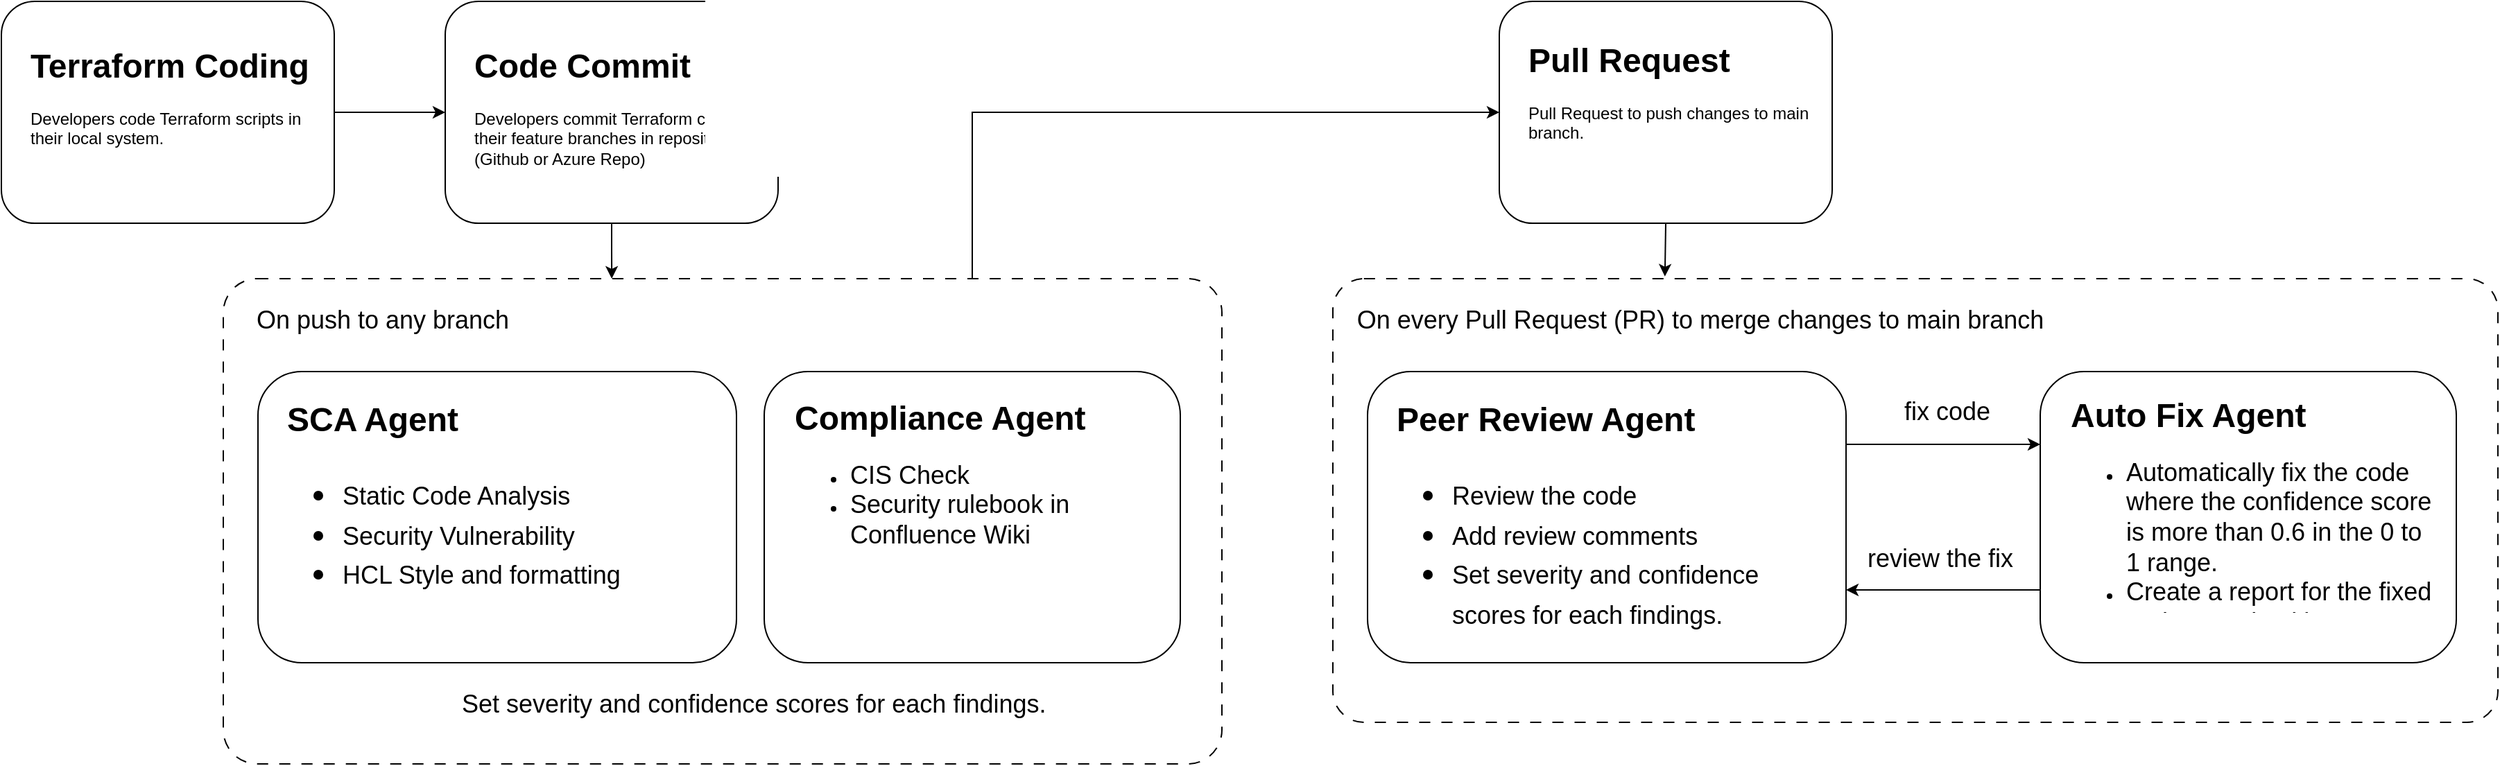
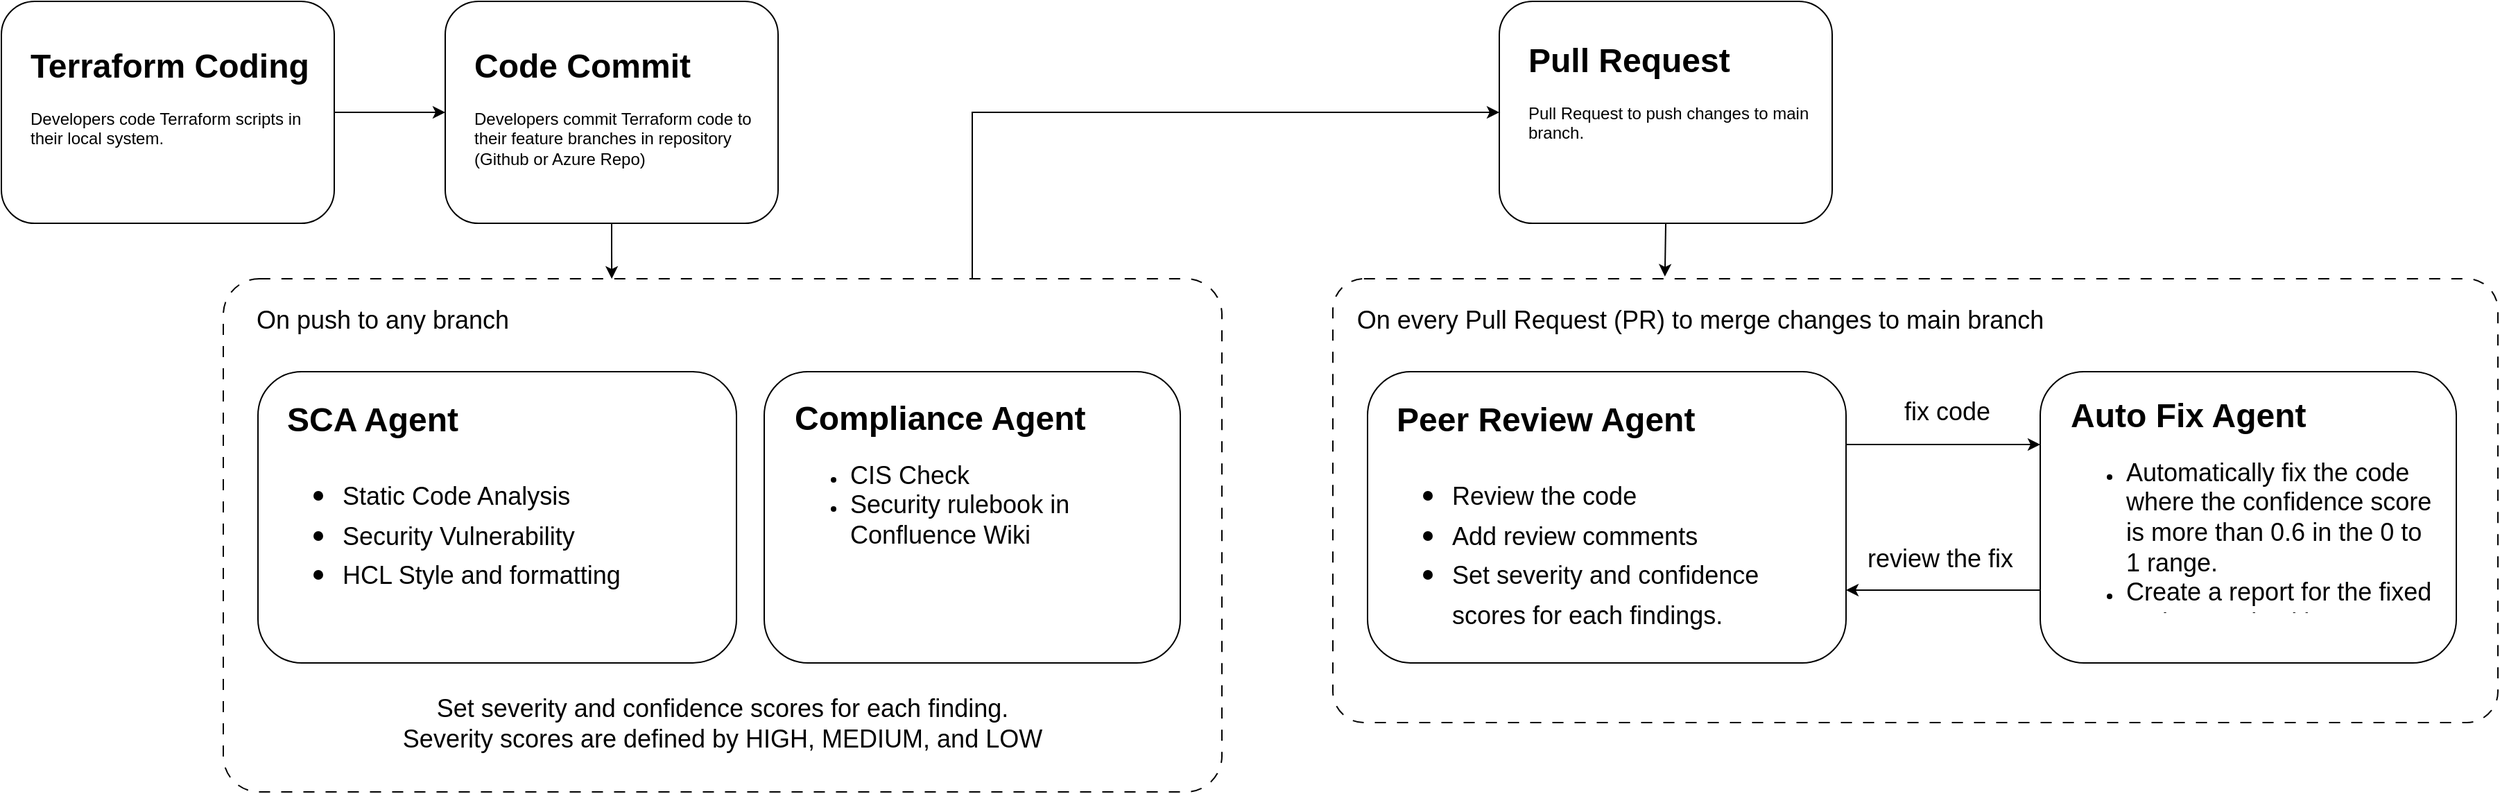
<mxfile host="app.diagrams.net">
  <diagram name="Page-1" id="llQ14HlxIDWXj9B5HY60">
    <mxGraphModel dx="1006" dy="638" grid="1" gridSize="10" guides="1" tooltips="1" connect="1" arrows="1" fold="1" page="1" pageScale="1" pageWidth="850" pageHeight="1100" math="0" shadow="0">
      <root>
        <mxCell id="0" />
        <mxCell id="1" parent="0" />
        <mxCell id="IWc9zJM8tDhvkjJ2dRjy-13" edge="1" parent="1" source="IWc9zJM8tDhvkjJ2dRjy-5" style="edgeStyle=orthogonalEdgeStyle;rounded=0;orthogonalLoop=1;jettySize=auto;html=1;entryX=0;entryY=0.5;entryDx=0;entryDy=0;exitX=0.75;exitY=0;exitDx=0;exitDy=0;" target="IWc9zJM8tDhvkjJ2dRjy-1">
          <mxGeometry relative="1" as="geometry" />
        </mxCell>
        <mxCell id="oJW8UGhNAXkty13G2p3x-1" parent="1" style="rounded=1;whiteSpace=wrap;html=1;" value="" vertex="1">
          <mxGeometry height="160" width="240" x="440" y="200" as="geometry" />
        </mxCell>
        <mxCell id="oJW8UGhNAXkty13G2p3x-3" parent="1" style="text;html=1;whiteSpace=wrap;overflow=hidden;rounded=0;" value="&lt;h1 style=&quot;margin-top: 0px;&quot;&gt;Code Commit&lt;/h1&gt;&lt;p&gt;Developers commit Terraform code to their feature branches in repository (Github or Azure Repo)&lt;/p&gt;" vertex="1">
          <mxGeometry height="100" width="210" x="459" y="226" as="geometry" />
        </mxCell>
        <mxCell id="IWc9zJM8tDhvkjJ2dRjy-1" parent="1" style="rounded=1;whiteSpace=wrap;html=1;" value="" vertex="1">
          <mxGeometry height="160" width="240" x="1200" y="200" as="geometry" />
        </mxCell>
        <mxCell id="IWc9zJM8tDhvkjJ2dRjy-2" parent="1" style="text;html=1;whiteSpace=wrap;overflow=hidden;rounded=0;" value="&lt;h1 style=&quot;margin-top: 0px;&quot;&gt;Pull Request&lt;/h1&gt;&lt;p&gt;Pull Request to push changes to main branch.&lt;/p&gt;" vertex="1">
          <mxGeometry height="100" width="210" x="1219" y="222" as="geometry" />
        </mxCell>
        <mxCell id="IWc9zJM8tDhvkjJ2dRjy-12" edge="1" parent="1" source="IWc9zJM8tDhvkjJ2dRjy-3" style="edgeStyle=orthogonalEdgeStyle;rounded=0;orthogonalLoop=1;jettySize=auto;html=1;exitX=1;exitY=0.5;exitDx=0;exitDy=0;entryX=0;entryY=0.5;entryDx=0;entryDy=0;" target="oJW8UGhNAXkty13G2p3x-1">
          <mxGeometry relative="1" as="geometry" />
        </mxCell>
        <mxCell id="IWc9zJM8tDhvkjJ2dRjy-3" parent="1" style="rounded=1;whiteSpace=wrap;html=1;" value="" vertex="1">
          <mxGeometry height="160" width="240" x="120" y="200" as="geometry" />
        </mxCell>
        <mxCell id="IWc9zJM8tDhvkjJ2dRjy-4" parent="1" style="text;html=1;whiteSpace=wrap;overflow=hidden;rounded=0;" value="&lt;h1 style=&quot;margin-top: 0px;&quot;&gt;Terraform Coding&lt;/h1&gt;&lt;p&gt;Developers code Terraform scripts in their local system.&lt;/p&gt;" vertex="1">
          <mxGeometry height="100" width="210" x="139" y="226" as="geometry" />
        </mxCell>
        <mxCell id="IWc9zJM8tDhvkjJ2dRjy-5" parent="1" style="rounded=1;whiteSpace=wrap;html=1;arcSize=7;dashed=1;dashPattern=8 8;" value="" vertex="1">
-           <mxGeometry height="350" width="720" x="280" y="400" as="geometry" />
+           <mxGeometry height="370" width="720" x="280" y="400" as="geometry" />
        </mxCell>
        <mxCell id="IWc9zJM8tDhvkjJ2dRjy-6" parent="1" style="text;html=1;whiteSpace=wrap;strokeColor=none;fillColor=none;align=center;verticalAlign=middle;rounded=0;" value="&lt;font style=&quot;font-size: 18px;&quot;&gt;On push to any branch&lt;/font&gt;" vertex="1">
          <mxGeometry height="30" width="210" x="290" y="415" as="geometry" />
        </mxCell>
        <mxCell id="IWc9zJM8tDhvkjJ2dRjy-7" parent="1" style="rounded=1;whiteSpace=wrap;html=1;" value="" vertex="1">
          <mxGeometry height="210" width="345" x="305" y="467" as="geometry" />
        </mxCell>
        <mxCell id="IWc9zJM8tDhvkjJ2dRjy-8" parent="1" style="text;html=1;whiteSpace=wrap;overflow=hidden;rounded=0;" value="&lt;h1 style=&quot;margin-top: 0px;&quot;&gt;SCA Agent&lt;/h1&gt;&lt;h1 style=&quot;margin-top: 0px;&quot;&gt;&lt;p style=&quot;font-size: 12px; font-weight: 400;&quot;&gt;&lt;/p&gt;&lt;ul&gt;&lt;li&gt;&lt;span style=&quot;font-size: 18px; font-weight: normal;&quot;&gt;Static Code Analysis&lt;/span&gt;&lt;/li&gt;&lt;li&gt;&lt;span style=&quot;font-size: 18px; font-weight: normal;&quot;&gt;Security Vulnerability&lt;/span&gt;&lt;/li&gt;&lt;li&gt;&lt;span style=&quot;font-size: 18px; font-weight: normal;&quot;&gt;HCL Style and formatting&lt;/span&gt;&lt;/li&gt;&lt;/ul&gt;&lt;p&gt;&lt;/p&gt;&lt;/h1&gt;" vertex="1">
          <mxGeometry height="183" width="306" x="324" y="481" as="geometry" />
        </mxCell>
        <mxCell id="IWc9zJM8tDhvkjJ2dRjy-9" parent="1" style="rounded=1;whiteSpace=wrap;html=1;" value="" vertex="1">
          <mxGeometry height="210" width="300" x="670" y="467" as="geometry" />
        </mxCell>
        <mxCell id="IWc9zJM8tDhvkjJ2dRjy-10" parent="1" style="text;html=1;whiteSpace=wrap;overflow=hidden;rounded=0;" value="&lt;h1 style=&quot;margin-top: 0px;&quot;&gt;Compliance Agent&lt;/h1&gt;&lt;p&gt;&lt;/p&gt;&lt;ul&gt;&lt;li&gt;&lt;span style=&quot;font-size: 18px;&quot;&gt;CIS Check&lt;/span&gt;&lt;/li&gt;&lt;li&gt;&lt;span style=&quot;font-size: 18px;&quot;&gt;Security rulebook in Confluence Wiki&lt;/span&gt;&lt;/li&gt;&lt;/ul&gt;&lt;p&gt;&lt;/p&gt;" vertex="1">
          <mxGeometry height="180" width="269" x="690" y="480" as="geometry" />
        </mxCell>
        <mxCell id="IWc9zJM8tDhvkjJ2dRjy-11" edge="1" parent="1" source="oJW8UGhNAXkty13G2p3x-1" style="edgeStyle=orthogonalEdgeStyle;rounded=0;orthogonalLoop=1;jettySize=auto;html=1;exitX=0.5;exitY=1;exitDx=0;exitDy=0;entryX=0.389;entryY=0;entryDx=0;entryDy=0;entryPerimeter=0;" target="IWc9zJM8tDhvkjJ2dRjy-5">
          <mxGeometry relative="1" as="geometry" />
        </mxCell>
        <mxCell id="IWc9zJM8tDhvkjJ2dRjy-14" parent="1" style="rounded=1;whiteSpace=wrap;html=1;arcSize=7;dashed=1;dashPattern=8 8;" value="" vertex="1">
          <mxGeometry height="320" width="840" x="1080" y="400" as="geometry" />
        </mxCell>
        <mxCell id="IWc9zJM8tDhvkjJ2dRjy-15" parent="1" style="text;html=1;whiteSpace=wrap;strokeColor=none;fillColor=none;align=center;verticalAlign=middle;rounded=0;" value="&lt;font style=&quot;font-size: 18px;&quot;&gt;On every Pull Request (PR) to merge changes to main branch&lt;/font&gt;" vertex="1">
          <mxGeometry height="30" width="510" x="1090" y="415" as="geometry" />
        </mxCell>
        <mxCell id="IWc9zJM8tDhvkjJ2dRjy-22" edge="1" parent="1" source="IWc9zJM8tDhvkjJ2dRjy-16" style="edgeStyle=orthogonalEdgeStyle;rounded=0;orthogonalLoop=1;jettySize=auto;html=1;exitX=1;exitY=0.25;exitDx=0;exitDy=0;entryX=0;entryY=0.25;entryDx=0;entryDy=0;" target="IWc9zJM8tDhvkjJ2dRjy-18">
          <mxGeometry relative="1" as="geometry" />
        </mxCell>
        <mxCell id="IWc9zJM8tDhvkjJ2dRjy-16" parent="1" style="rounded=1;whiteSpace=wrap;html=1;" value="" vertex="1">
          <mxGeometry height="210" width="345" x="1105" y="467" as="geometry" />
        </mxCell>
        <mxCell id="IWc9zJM8tDhvkjJ2dRjy-17" parent="1" style="text;html=1;whiteSpace=wrap;overflow=hidden;rounded=0;" value="&lt;h1 style=&quot;margin-top: 0px;&quot;&gt;Peer Review Agent&lt;/h1&gt;&lt;h1 style=&quot;margin-top: 0px;&quot;&gt;&lt;p style=&quot;font-size: 12px; font-weight: 400;&quot;&gt;&lt;/p&gt;&lt;ul&gt;&lt;li&gt;&lt;span style=&quot;font-size: 18px; font-weight: 400;&quot;&gt;Review the code&lt;/span&gt;&lt;/li&gt;&lt;li&gt;&lt;span style=&quot;font-size: 18px; font-weight: 400;&quot;&gt;Add review comments&lt;/span&gt;&lt;/li&gt;&lt;li&gt;&lt;span style=&quot;font-size: 18px; font-weight: 400;&quot;&gt;Set severity and confidence scores for each findings.&lt;/span&gt;&lt;/li&gt;&lt;/ul&gt;&lt;p&gt;&lt;/p&gt;&lt;/h1&gt;" vertex="1">
          <mxGeometry height="179" width="306" x="1124" y="481" as="geometry" />
        </mxCell>
        <mxCell id="IWc9zJM8tDhvkjJ2dRjy-23" edge="1" parent="1" source="IWc9zJM8tDhvkjJ2dRjy-18" style="edgeStyle=orthogonalEdgeStyle;rounded=0;orthogonalLoop=1;jettySize=auto;html=1;exitX=0;exitY=0.75;exitDx=0;exitDy=0;entryX=1;entryY=0.75;entryDx=0;entryDy=0;" target="IWc9zJM8tDhvkjJ2dRjy-16">
          <mxGeometry relative="1" as="geometry" />
        </mxCell>
        <mxCell id="IWc9zJM8tDhvkjJ2dRjy-18" parent="1" style="rounded=1;whiteSpace=wrap;html=1;" value="" vertex="1">
          <mxGeometry height="210" width="300" x="1590" y="467" as="geometry" />
        </mxCell>
        <mxCell id="IWc9zJM8tDhvkjJ2dRjy-19" parent="1" style="text;html=1;whiteSpace=wrap;overflow=hidden;rounded=0;" value="&lt;h1 style=&quot;margin-top: 0px;&quot;&gt;Auto Fix Agent&lt;/h1&gt;&lt;p&gt;&lt;/p&gt;&lt;ul&gt;&lt;li&gt;&lt;span style=&quot;font-size: 18px;&quot;&gt;Automatically fix the code where the confidence score is more than 0.6 in the 0 to 1 range.&lt;/span&gt;&lt;/li&gt;&lt;li&gt;&lt;span style=&quot;font-size: 18px;&quot;&gt;Create a report for the fixed and unresolved items.&lt;/span&gt;&lt;/li&gt;&lt;/ul&gt;&lt;p&gt;&lt;/p&gt;" vertex="1">
          <mxGeometry height="160" width="269" x="1610" y="478" as="geometry" />
        </mxCell>
-         <mxCell id="IWc9zJM8tDhvkjJ2dRjy-20" parent="1" style="text;whiteSpace=wrap;fontSize=18;" value="Set severity and confidence scores for each findings." vertex="1">
-           <mxGeometry height="40" width="440" x="450" y="690" as="geometry" />
+         <mxCell id="IWc9zJM8tDhvkjJ2dRjy-20" parent="1" style="text;whiteSpace=wrap;fontSize=18;align=center;" value="Set severity and confidence scores for each finding.&#xa;Severity scores are defined by HIGH, MEDIUM, and LOW" vertex="1">
+           <mxGeometry height="52" width="640" x="320" y="693" as="geometry" />
        </mxCell>
        <mxCell id="IWc9zJM8tDhvkjJ2dRjy-21" edge="1" parent="1" source="IWc9zJM8tDhvkjJ2dRjy-1" style="edgeStyle=orthogonalEdgeStyle;rounded=0;orthogonalLoop=1;jettySize=auto;html=1;exitX=0.5;exitY=1;exitDx=0;exitDy=0;entryX=0.285;entryY=-0.005;entryDx=0;entryDy=0;entryPerimeter=0;" target="IWc9zJM8tDhvkjJ2dRjy-14">
          <mxGeometry relative="1" as="geometry" />
        </mxCell>
        <mxCell id="IWc9zJM8tDhvkjJ2dRjy-24" parent="1" style="text;html=1;whiteSpace=wrap;strokeColor=none;fillColor=none;align=center;verticalAlign=middle;rounded=0;" value="&lt;font style=&quot;font-size: 18px;&quot;&gt;fix code&lt;/font&gt;" vertex="1">
          <mxGeometry height="30" width="82" x="1482" y="481" as="geometry" />
        </mxCell>
        <mxCell id="IWc9zJM8tDhvkjJ2dRjy-25" parent="1" style="text;html=1;whiteSpace=wrap;strokeColor=none;fillColor=none;align=center;verticalAlign=middle;rounded=0;" value="&lt;font style=&quot;font-size: 18px;&quot;&gt;review the fix&lt;/font&gt;" vertex="1">
          <mxGeometry height="30" width="120" x="1458" y="587" as="geometry" />
        </mxCell>
      </root>
    </mxGraphModel>
  </diagram>
</mxfile>
